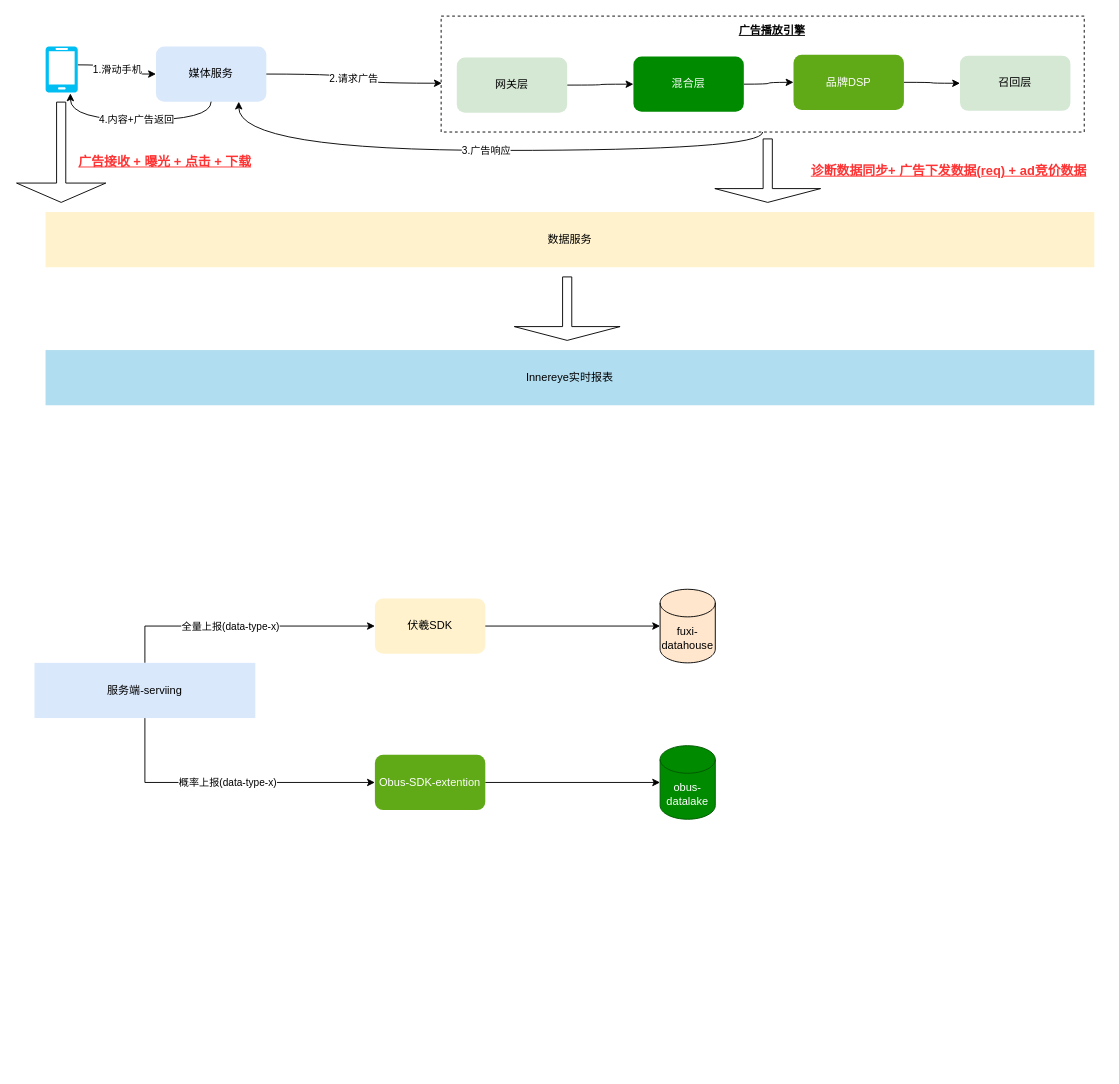
karlchan-cn/drawio-repository keeps this draw.io diagram as page "第 36 页" (3 of 36) of universal-engine/brand_dsp_architecture.drawio. Above is the earlier version. Source tidied: cells renumbered, new cells numbered last; positions are measured from the earlier drawing's top-left corner, leaving out a move shared by most shapes. Both pictures are drawn from the tidied source at 92%, with x=0, y=0 at pixel (34, 16).
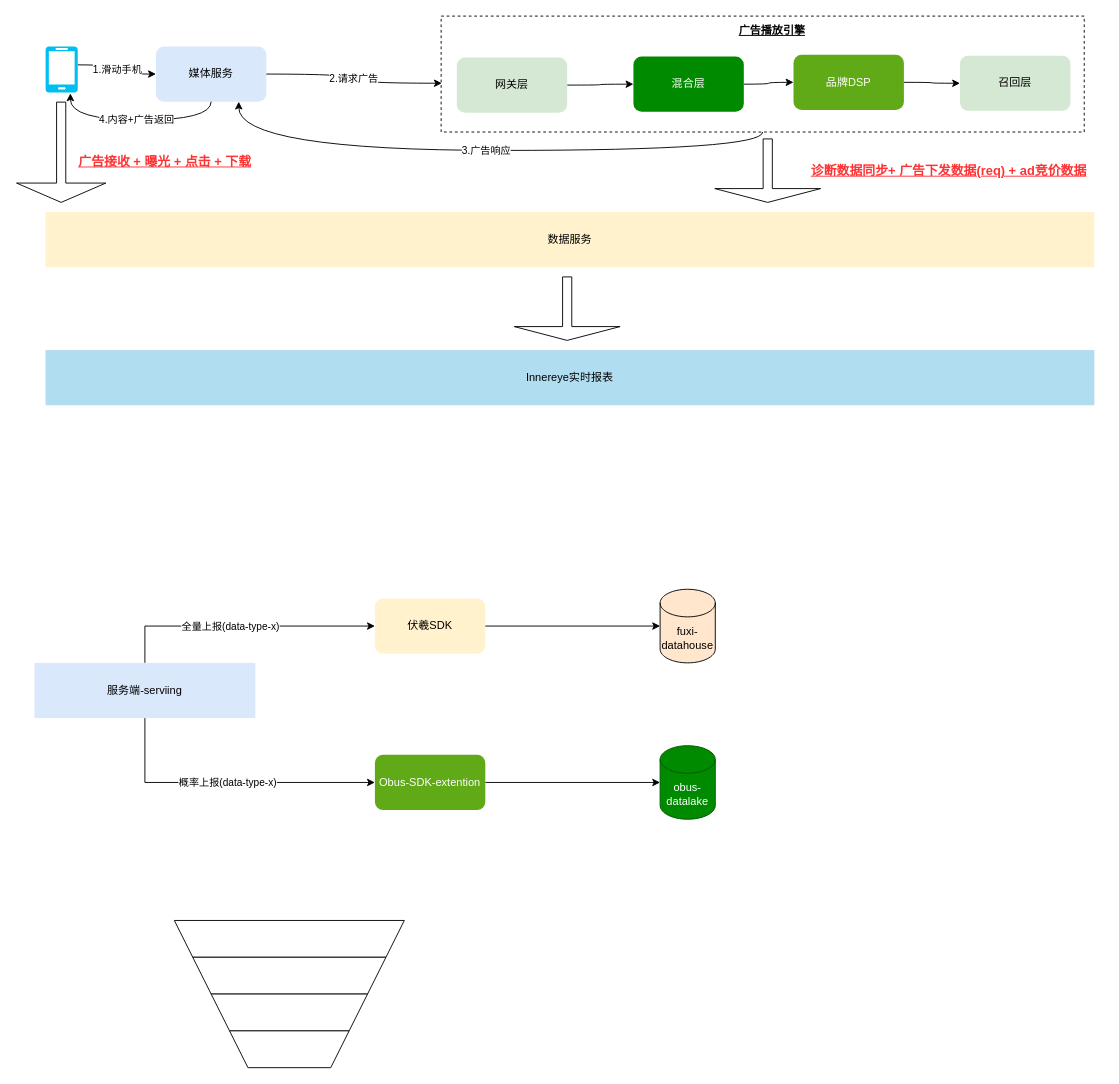
Above is the later version.

What changed in the source:
```diff
@@
+    <mxCell id="34" style="shape=trapezoid;perimeter=trapezoidPerimeter;whiteSpace=wrap;html=1;fixedSize=1;rotation=-180;" parent="1" vertex="1">
+      <mxGeometry x="152" y="983" width="250" height="40" as="geometry" />
+    </mxCell>
+    <mxCell id="35" style="shape=trapezoid;perimeter=trapezoidPerimeter;whiteSpace=wrap;html=1;fixedSize=1;rotation=-180;" parent="1" vertex="1">
+      <mxGeometry x="172" y="1023" width="210" height="40" as="geometry" />
+    </mxCell>
+    <mxCell id="36" style="shape=trapezoid;perimeter=trapezoidPerimeter;whiteSpace=wrap;html=1;fixedSize=1;rotation=-180;" parent="1" vertex="1">
+      <mxGeometry x="192" y="1063" width="170" height="40" as="geometry" />
+    </mxCell>
+    <mxCell id="37" style="shape=trapezoid;perimeter=trapezoidPerimeter;whiteSpace=wrap;html=1;fixedSize=1;rotation=-180;" parent="1" vertex="1">
+      <mxGeometry x="212" y="1103" width="130" height="40" as="geometry" />
+    </mxCell>
```
